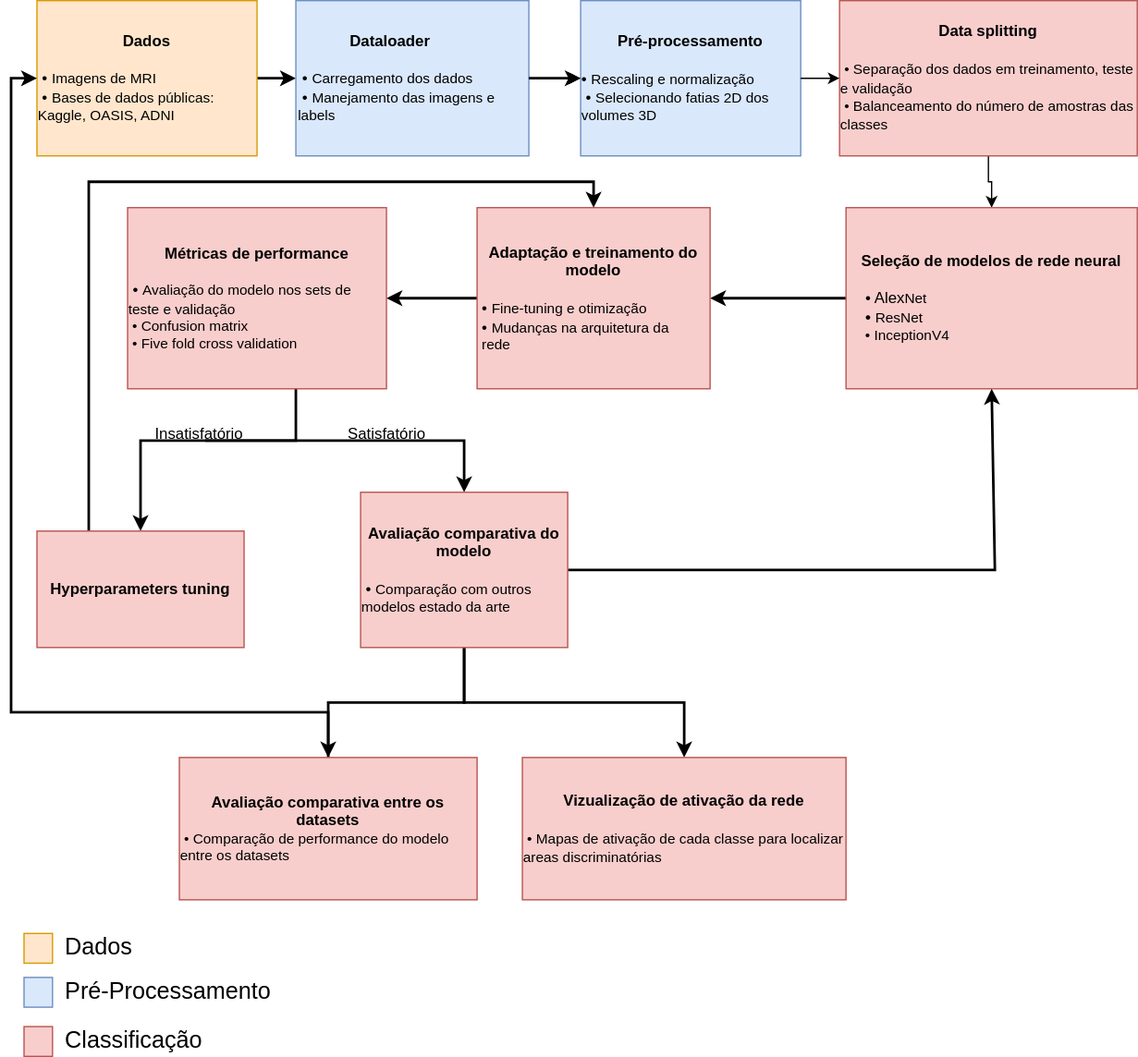
Above: projetos/AlzClass/workflow.drawio.svg in Disciplinas-FEEC/IA901-2023S1 (draw.io), before the change. Source tidied: cells renumbered, new cells last; positions are measured from the earlier drawing's top-left corner, leaving out a move shared by most shapes.
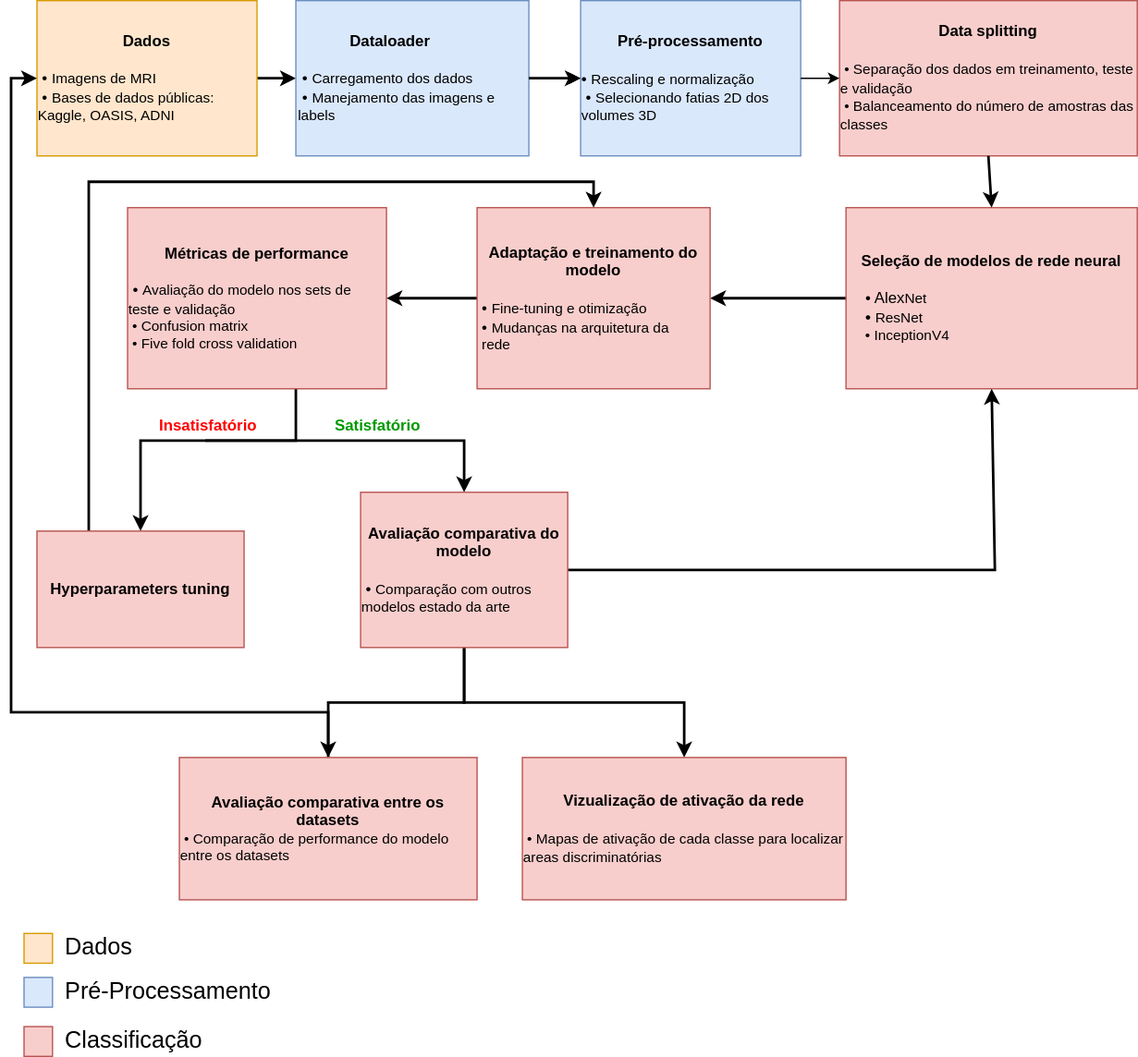
After the commit.

Commit message:
pequenos ajustes

Diff of the diagram source:
```diff
@@ -14,9 +14,6 @@
     <mxCell id="5" value="&lt;blockquote style=&quot;margin: 0 0 0 40px; border: none; padding: 0px;&quot;&gt;&lt;b style=&quot;&quot;&gt;&lt;font style=&quot;font-size: 12px;&quot;&gt;Dataloader&lt;/font&gt;&lt;/b&gt;&lt;/blockquote&gt;&lt;blockquote style=&quot;margin: 0 0 0 40px; border: none; padding: 0px;&quot;&gt;&lt;b style=&quot;&quot;&gt;&lt;font style=&quot;font-size: 12px;&quot;&gt;&lt;br&gt;&lt;/font&gt;&lt;/b&gt;&lt;/blockquote&gt;&lt;span style=&quot;text-align: center;&quot;&gt;&amp;nbsp;•&lt;b&gt;&amp;nbsp;&lt;/b&gt;&lt;/span&gt;&lt;span style=&quot;background-color: initial; font-size: 11px;&quot;&gt;Carregamento dos dados&lt;/span&gt;&lt;span style=&quot;text-align: center;&quot;&gt;&lt;br&gt;&lt;/span&gt;&amp;nbsp;•&amp;nbsp;&lt;span style=&quot;background-color: initial; font-size: 11px;&quot;&gt;Manejamento das imagens e&amp;nbsp; labels&lt;/span&gt;" style="rounded=0;whiteSpace=wrap;html=1;align=left;fontFamily=Helvetica;fillColor=#dae8fc;strokeColor=#6c8ebf;" parent="1" vertex="1">
       <mxGeometry x="220" width="180" height="120" as="geometry" />
     </mxCell>
-    <mxCell id="6" style="edgeStyle=orthogonalEdgeStyle;rounded=0;jettySize=auto;html=1;" parent="1" edge="1" source="7" target="10">
-      <mxGeometry relative="1" as="geometry" />
-    </mxCell>
     <mxCell id="7" value="&lt;b&gt;Data splitting&lt;br&gt;&lt;/b&gt;&lt;br&gt;&lt;div style=&quot;text-align: left;&quot;&gt;&lt;span style=&quot;font-size: 11px; background-color: initial;&quot;&gt;&amp;nbsp;•&amp;nbsp;Separação dos dados em treinamento, teste e validação&lt;/span&gt;&lt;/div&gt;&lt;div style=&quot;text-align: left;&quot;&gt;&lt;span style=&quot;background-color: initial; font-size: 11px;&quot;&gt;&amp;nbsp;• &lt;/span&gt;&lt;span style=&quot;background-color: initial;&quot;&gt;&lt;font style=&quot;font-size: 11px;&quot;&gt;Balanceamento do número de amostras das classes&lt;/font&gt;&lt;/span&gt;&lt;/div&gt;" style="rounded=0;whiteSpace=wrap;html=1;fontFamily=Helvetica;fillColor=#f8cecc;strokeColor=#b85450;" parent="1" vertex="1">
       <mxGeometry x="640" width="230" height="120" as="geometry" />
     </mxCell>
@@ -88,11 +85,11 @@
     <mxCell id="23" value="&lt;b&gt;Avaliação comparativa do modelo&lt;br&gt;&amp;nbsp;&lt;/b&gt;&lt;br&gt;&lt;div style=&quot;text-align: left;&quot;&gt;&lt;span style=&quot;background-color: initial;&quot;&gt;&amp;nbsp;•&amp;nbsp;&lt;/span&gt;&lt;span style=&quot;background-color: initial; font-size: 11px; text-align: left;&quot;&gt;Comparação com outros modelos estado da arte&lt;/span&gt;&lt;/div&gt;" style="rounded=0;whiteSpace=wrap;html=1;fontFamily=Helvetica;fillColor=#f8cecc;strokeColor=#b85450;" parent="1" vertex="1">
       <mxGeometry x="270" y="380" width="160" height="120" as="geometry" />
     </mxCell>
-    <mxCell id="24" value="Satisfatório" style="text;html=1;align=center;verticalAlign=middle;strokeColor=none;fillColor=none;fontFamily=Helvetica;" parent="1" vertex="1">
-      <mxGeometry x="250" y="320" width="80" height="30" as="geometry" />
+    <mxCell id="24" value="&lt;font color=&quot;#009900&quot;&gt;&lt;b&gt;Satisfatório&lt;/b&gt;&lt;/font&gt;" style="text;html=1;align=center;verticalAlign=middle;strokeColor=none;fillColor=none;fontFamily=Helvetica;" parent="1" vertex="1">
+      <mxGeometry x="235" y="314" width="95" height="29" as="geometry" />
     </mxCell>
-    <mxCell id="25" value="Insatisfatório" style="text;html=1;align=center;verticalAlign=middle;strokeColor=none;fillColor=none;fontFamily=Helvetica;" parent="1" vertex="1">
-      <mxGeometry x="100" y="320" width="90" height="30" as="geometry" />
+    <mxCell id="25" value="&lt;b&gt;&lt;font color=&quot;#ff0000&quot;&gt;Insatisfatório&lt;/font&gt;&lt;/b&gt;" style="text;html=1;align=center;verticalAlign=middle;strokeColor=none;fillColor=none;fontFamily=Helvetica;" parent="1" vertex="1">
+      <mxGeometry x="99" y="314" width="106" height="29" as="geometry" />
     </mxCell>
     <mxCell id="26" style="edgeStyle=orthogonalEdgeStyle;rounded=0;jettySize=auto;html=1;entryX=0;entryY=0.5;entryDx=0;entryDy=0;strokeWidth=2;" parent="1" edge="1" source="27" target="3">
       <mxGeometry relative="1" as="geometry">
@@ -127,5 +124,8 @@
     <mxCell id="34" style="rounded=0;whiteSpace=wrap;html=1;fillColor=#f8cecc;strokeColor=#b85450;" parent="1" vertex="1">
       <mxGeometry x="10" y="793" width="22" height="23" as="geometry" />
     </mxCell>
+    <mxCell id="6" style="endArrow=classic;html=1;rounded=0;strokeWidth=2;exitX=0.5;exitY=1;exitDx=0;exitDy=0;entryX=0.5;entryY=0;entryDx=0;entryDy=0;" parent="1" edge="1" source="7" target="10">
+      <mxGeometry relative="1" as="geometry" />
+    </mxCell>
   </root>
 </mxGraphModel>
```
